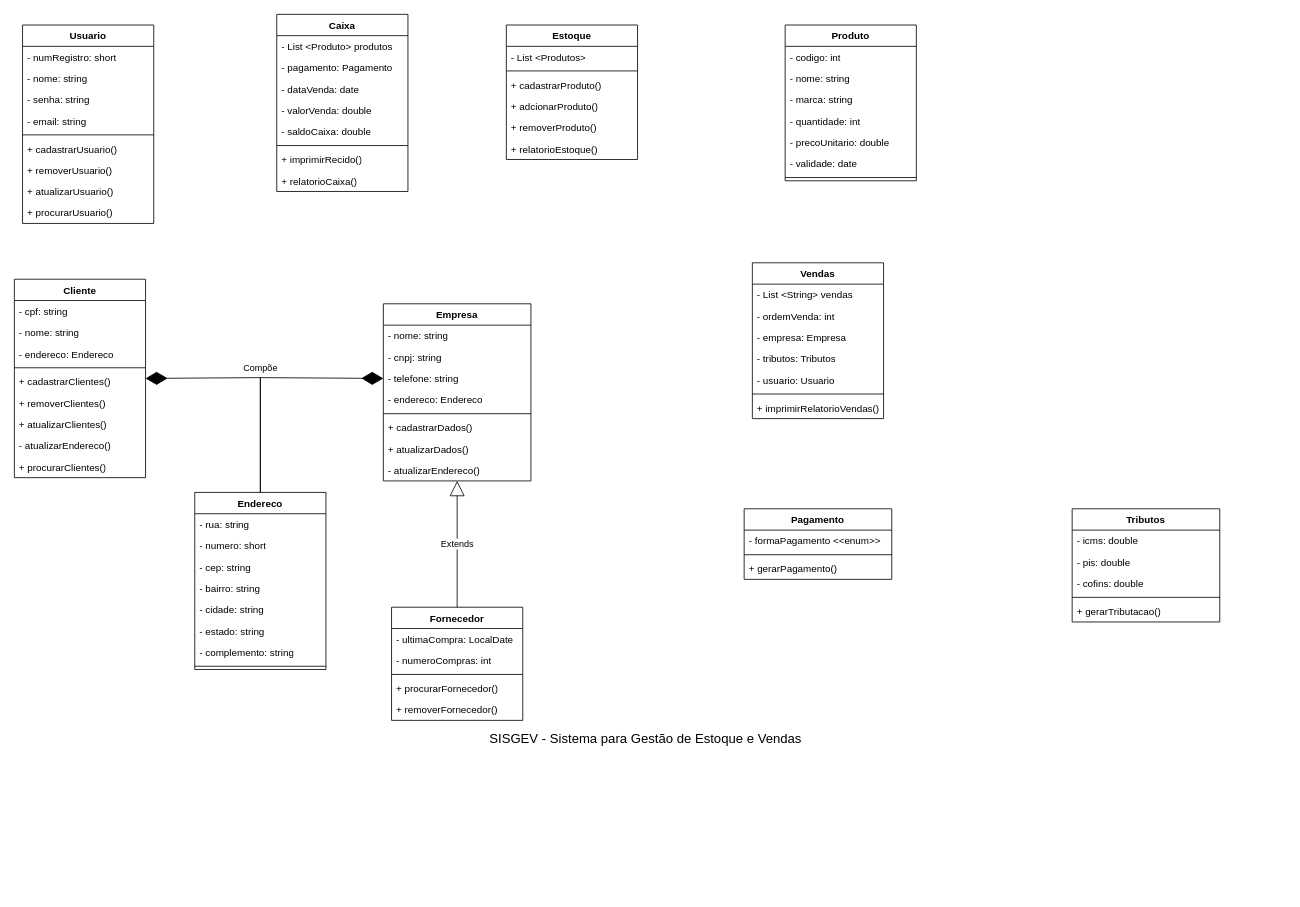
igormanoels/SISGEV keeps this draw.io diagram as Diagrama/1.0.0/Diagrama de Classes - SISGEV.drawio. Above is the earlier version. Source tidied: cells renumbered, new cells numbered last; positions are measured from the earlier drawing's top-left corner, leaving out a move shared by most shapes. Both pictures are drawn from the tidied source at 82%, with x=0, y=0 at pixel (14, 14).
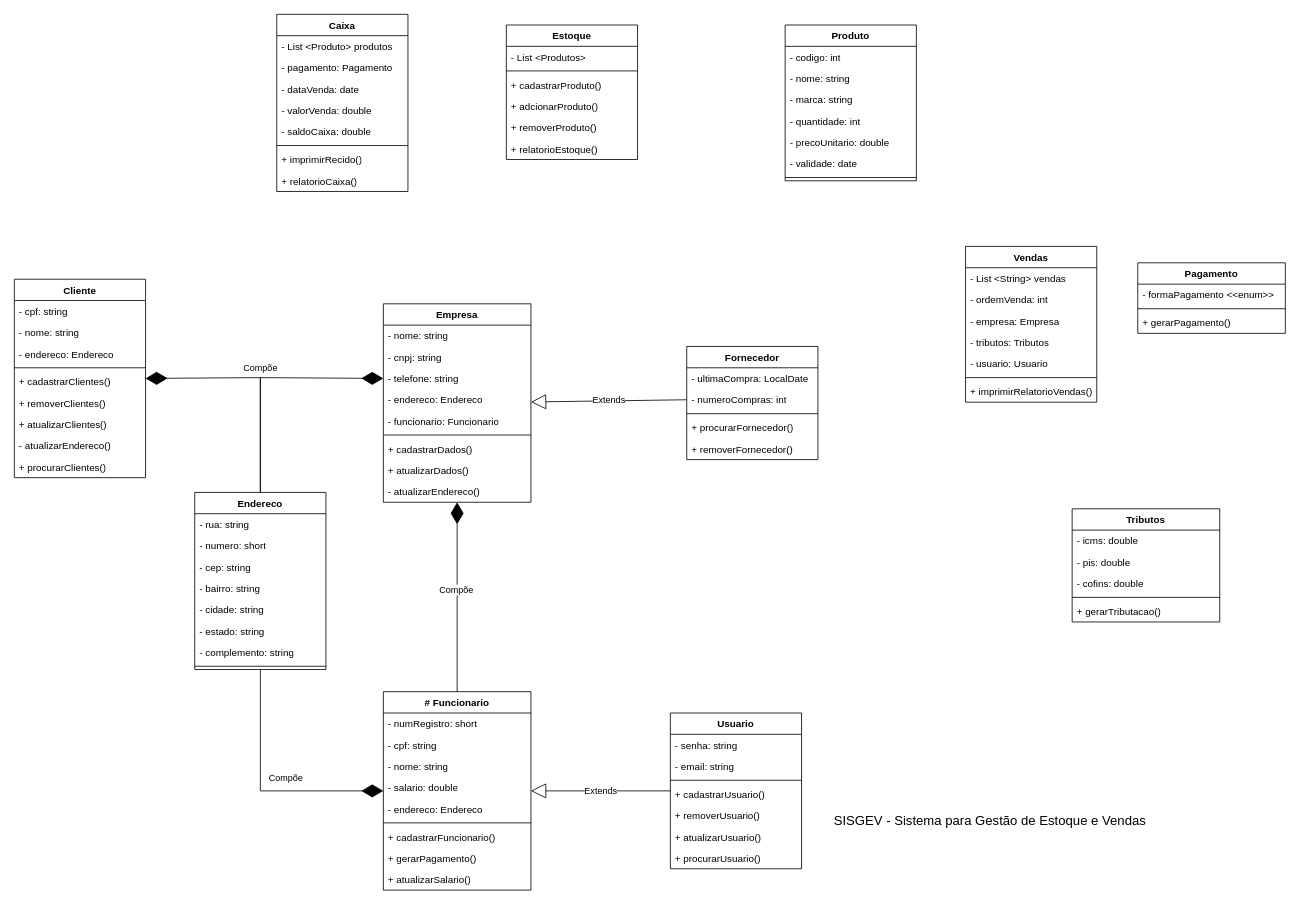
Above is the later version.

Commit message (it also covers changes not shown here):
Continuação do desenvolvimento das classes Cliente, Empresa e Fornecedor, com modificação no diagrama.

Unchanged cells that the change refers to:
```xml
<mxCell id="54" value="Endereco" style="swimlane;fontStyle=1;align=center;verticalAlign=top;horizontal=1;startSize=26;whiteSpace=wrap;html=1;" parent="1" vertex="1">
  <mxGeometry x="220" y="583" width="160" height="216" as="geometry" />
</mxCell>
<mxCell id="69" value="- numeroCompras: int" style="text;strokeColor=none;fillColor=none;align=left;verticalAlign=top;spacingLeft=4;spacingRight=4;overflow=hidden;points=[[0,0.5],[1,0.5]];portConstraint=eastwest;whiteSpace=wrap;html=1;" parent="67" vertex="1">
  <mxGeometry y="52" width="160" height="26" as="geometry" />
</mxCell>
```

What changed in the source:
```diff
@@
     <mxCell id="17" value="Vendas" style="swimlane;fontStyle=1;align=center;verticalAlign=top;horizontal=1;startSize=26;whiteSpace=wrap;html=1;" parent="1" vertex="1">
-      <mxGeometry x="900" y="303" width="160" height="190" as="geometry" />
+      <mxGeometry x="1160" y="283" width="160" height="190" as="geometry" />
     </mxCell>
@@
     <mxCell id="25" value="Usuario" style="swimlane;fontStyle=1;align=center;verticalAlign=top;horizontal=1;startSize=26;whiteSpace=wrap;html=1;" parent="1" vertex="1">
-      <mxGeometry x="10" y="13" width="160" height="242" as="geometry" />
+      <mxGeometry x="800" y="852" width="160" height="190" as="geometry" />
     </mxCell>
-    <mxCell id="26" value="- numRegistro: short" style="text;strokeColor=none;fillColor=none;align=left;verticalAlign=top;spacingLeft=4;spacingRight=4;overflow=hidden;whiteSpace=wrap;html=1;" parent="25" vertex="1">
-      <mxGeometry y="26" width="160" height="26" as="geometry" />
-    </mxCell>
-    <mxCell id="27" value="- nome: string" style="text;strokeColor=none;fillColor=none;align=left;verticalAlign=top;spacingLeft=4;spacingRight=4;overflow=hidden;whiteSpace=wrap;html=1;" parent="25" vertex="1">
-      <mxGeometry y="52" width="160" height="26" as="geometry" />
-    </mxCell>
     <mxCell id="28" value="- senha: string" style="text;strokeColor=none;fillColor=none;align=left;verticalAlign=top;spacingLeft=4;spacingRight=4;overflow=hidden;whiteSpace=wrap;html=1;" parent="25" vertex="1">
-      <mxGeometry y="78" width="160" height="26" as="geometry" />
+      <mxGeometry y="26" width="160" height="26" as="geometry" />
     </mxCell>
     <mxCell id="29" value="- email: string" style="text;strokeColor=none;fillColor=none;align=left;verticalAlign=top;spacingLeft=4;spacingRight=4;overflow=hidden;whiteSpace=wrap;html=1;" parent="25" vertex="1">
-      <mxGeometry y="104" width="160" height="26" as="geometry" />
+      <mxGeometry y="52" width="160" height="26" as="geometry" />
     </mxCell>
     <mxCell id="30" style="line;strokeWidth=1;fillColor=none;align=left;verticalAlign=middle;spacingTop=-1;spacingLeft=3;spacingRight=3;labelPosition=right;strokeColor=inherit;" parent="25" vertex="1">
-      <mxGeometry y="130" width="160" height="8" as="geometry" />
+      <mxGeometry y="78" width="160" height="8" as="geometry" />
     </mxCell>
     <mxCell id="31" value="+ cadastrarUsuario()" style="text;strokeColor=none;fillColor=none;align=left;verticalAlign=top;spacingLeft=4;spacingRight=4;overflow=hidden;whiteSpace=wrap;html=1;" parent="25" vertex="1">
-      <mxGeometry y="138" width="160" height="26" as="geometry" />
+      <mxGeometry y="86" width="160" height="26" as="geometry" />
     </mxCell>
     <mxCell id="32" value="+ removerUsuario()" style="text;strokeColor=none;fillColor=none;align=left;verticalAlign=top;spacingLeft=4;spacingRight=4;overflow=hidden;whiteSpace=wrap;html=1;" parent="25" vertex="1">
-      <mxGeometry y="164" width="160" height="26" as="geometry" />
+      <mxGeometry y="112" width="160" height="26" as="geometry" />
     </mxCell>
     <mxCell id="33" value="+ atualizarUsuario()" style="text;strokeColor=none;fillColor=none;align=left;verticalAlign=top;spacingLeft=4;spacingRight=4;overflow=hidden;whiteSpace=wrap;html=1;" parent="25" vertex="1">
-      <mxGeometry y="190" width="160" height="26" as="geometry" />
+      <mxGeometry y="138" width="160" height="26" as="geometry" />
     </mxCell>
     <mxCell id="34" value="+ procurarUsuario()" style="text;strokeColor=none;fillColor=none;align=left;verticalAlign=top;spacingLeft=4;spacingRight=4;overflow=hidden;whiteSpace=wrap;html=1;" parent="25" vertex="1">
-      <mxGeometry y="216" width="160" height="26" as="geometry" />
+      <mxGeometry y="164" width="160" height="26" as="geometry" />
     </mxCell>
@@
     <mxCell id="44" value="Empresa" style="swimlane;fontStyle=1;align=center;verticalAlign=top;horizontal=1;startSize=26;whiteSpace=wrap;html=1;" parent="1" vertex="1">
-      <mxGeometry x="450" y="353" width="180" height="216" as="geometry" />
+      <mxGeometry x="450" y="353" width="180" height="242" as="geometry" />
     </mxCell>
@@
+    <mxCell id="94" value="- funcionario: Funcionario" style="text;strokeColor=none;fillColor=none;align=left;verticalAlign=top;spacingLeft=4;spacingRight=4;overflow=hidden;whiteSpace=wrap;html=1;" parent="44" vertex="1">
+      <mxGeometry y="130" width="180" height="26" as="geometry" />
+    </mxCell>
     <mxCell id="49" style="line;strokeWidth=1;fillColor=none;align=left;verticalAlign=middle;spacingTop=-1;spacingLeft=3;spacingRight=3;labelPosition=right;strokeColor=inherit;" parent="44" vertex="1">
-      <mxGeometry y="130" width="180" height="8" as="geometry" />
+      <mxGeometry y="156" width="180" height="8" as="geometry" />
     </mxCell>
     <mxCell id="50" value="+ cadastrarDados()" style="text;strokeColor=none;fillColor=none;align=left;verticalAlign=top;spacingLeft=4;spacingRight=4;overflow=hidden;whiteSpace=wrap;html=1;" parent="44" vertex="1">
-      <mxGeometry y="138" width="180" height="26" as="geometry" />
+      <mxGeometry y="164" width="180" height="26" as="geometry" />
     </mxCell>
     <mxCell id="51" value="+ atualizarDados&lt;span style=&quot;background-color: initial;&quot;&gt;()&lt;/span&gt;" style="text;strokeColor=none;fillColor=none;align=left;verticalAlign=top;spacingLeft=4;spacingRight=4;overflow=hidden;whiteSpace=wrap;html=1;" parent="44" vertex="1">
-      <mxGeometry y="164" width="180" height="26" as="geometry" />
+      <mxGeometry y="190" width="180" height="26" as="geometry" />
     </mxCell>
     <mxCell id="52" value="-&lt;span style=&quot;background-color: initial;&quot;&gt;&amp;nbsp;atualizarEndereco()&lt;/span&gt;" style="text;strokeColor=none;fillColor=none;align=left;verticalAlign=top;spacingLeft=4;spacingRight=4;overflow=hidden;whiteSpace=wrap;html=1;" parent="44" vertex="1">
-      <mxGeometry y="190" width="180" height="26" as="geometry" />
+      <mxGeometry y="216" width="180" height="26" as="geometry" />
     </mxCell>
     <mxCell id="53" value="&lt;div style=&quot;font-size: 16px;&quot;&gt;SISGEV - Sistema para Gestão de Estoque e Vendas&lt;/div&gt;&lt;div style=&quot;font-size: 16px;&quot;&gt;&lt;br style=&quot;font-size: 16px;&quot;&gt;&lt;/div&gt;" style="text;html=1;align=center;verticalAlign=middle;whiteSpace=wrap;rounded=0;fontSize=16;" parent="1" vertex="1">
-      <mxGeometry x="470" y="863" width="600" height="60" as="geometry" />
+      <mxGeometry x="890" y="963" width="600" height="60" as="geometry" />
     </mxCell>
@@
     <mxCell id="63" value="Pagamento" style="swimlane;fontStyle=1;align=center;verticalAlign=top;horizontal=1;startSize=26;whiteSpace=wrap;html=1;" parent="1" vertex="1">
-      <mxGeometry x="890" y="603" width="180" height="86" as="geometry" />
+      <mxGeometry x="1370" y="303" width="180" height="86" as="geometry" />
     </mxCell>
@@
     <mxCell id="67" value="Fornecedor" style="swimlane;fontStyle=1;align=center;verticalAlign=top;horizontal=1;startSize=26;whiteSpace=wrap;html=1;" parent="1" vertex="1">
-      <mxGeometry x="460" y="723" width="160" height="138" as="geometry" />
+      <mxGeometry x="820" y="405" width="160" height="138" as="geometry" />
     </mxCell>
@@
-    <mxCell id="93" value="Extends" style="endArrow=block;endSize=16;endFill=0;html=1;rounded=0;exitX=0.5;exitY=0;exitDx=0;exitDy=0;" parent="1" edge="1" source="67" target="44">
+    <mxCell id="93" value="Extends" style="endArrow=block;endSize=16;endFill=0;html=1;rounded=0;exitX=0;exitY=0.5;exitDx=0;exitDy=0;" parent="1" edge="1" source="69" target="44">
       <mxGeometry relative="1" as="geometry" />
     </mxCell>
+    <mxCell id="95" value="# Funcionario" style="swimlane;fontStyle=1;align=center;verticalAlign=top;horizontal=1;startSize=26;whiteSpace=wrap;html=1;" parent="1" vertex="1">
+      <mxGeometry x="450" y="826" width="180" height="242" as="geometry" />
+    </mxCell>
+    <mxCell id="26" value="- numRegistro: short" style="text;strokeColor=none;fillColor=none;align=left;verticalAlign=top;spacingLeft=4;spacingRight=4;overflow=hidden;whiteSpace=wrap;html=1;" parent="95" vertex="1">
+      <mxGeometry y="26" width="180" height="26" as="geometry" />
+    </mxCell>
+    <mxCell id="96" value="- cpf: string" style="text;strokeColor=none;fillColor=none;align=left;verticalAlign=top;spacingLeft=4;spacingRight=4;overflow=hidden;whiteSpace=wrap;html=1;" parent="95" vertex="1">
+      <mxGeometry y="52" width="180" height="26" as="geometry" />
+    </mxCell>
+    <mxCell id="27" value="- nome: string" style="text;strokeColor=none;fillColor=none;align=left;verticalAlign=top;spacingLeft=4;spacingRight=4;overflow=hidden;whiteSpace=wrap;html=1;" parent="95" vertex="1">
+      <mxGeometry y="78" width="180" height="26" as="geometry" />
+    </mxCell>
+    <mxCell id="97" value="- salario: double" style="text;strokeColor=none;fillColor=none;align=left;verticalAlign=top;spacingLeft=4;spacingRight=4;overflow=hidden;whiteSpace=wrap;html=1;" parent="95" vertex="1">
+      <mxGeometry y="104" width="180" height="26" as="geometry" />
+    </mxCell>
+    <mxCell id="98" value="- endereco: Endereco" style="text;strokeColor=none;fillColor=none;align=left;verticalAlign=top;spacingLeft=4;spacingRight=4;overflow=hidden;whiteSpace=wrap;html=1;" parent="95" vertex="1">
+      <mxGeometry y="130" width="180" height="26" as="geometry" />
+    </mxCell>
+    <mxCell id="99" style="line;strokeWidth=1;fillColor=none;align=left;verticalAlign=middle;spacingTop=-1;spacingLeft=3;spacingRight=3;labelPosition=right;strokeColor=inherit;" parent="95" vertex="1">
+      <mxGeometry y="156" width="180" height="8" as="geometry" />
+    </mxCell>
+    <mxCell id="100" value="+ cadastrarFuncionario()" style="text;strokeColor=none;fillColor=none;align=left;verticalAlign=top;spacingLeft=4;spacingRight=4;overflow=hidden;whiteSpace=wrap;html=1;" parent="95" vertex="1">
+      <mxGeometry y="164" width="180" height="26" as="geometry" />
+    </mxCell>
+    <mxCell id="101" value="+ gerarPagamento()" style="text;strokeColor=none;fillColor=none;align=left;verticalAlign=top;spacingLeft=4;spacingRight=4;overflow=hidden;whiteSpace=wrap;html=1;" parent="95" vertex="1">
+      <mxGeometry y="190" width="180" height="26" as="geometry" />
+    </mxCell>
+    <mxCell id="102" value="+ atualizarSalario()" style="text;strokeColor=none;fillColor=none;align=left;verticalAlign=top;spacingLeft=4;spacingRight=4;overflow=hidden;whiteSpace=wrap;html=1;" parent="95" vertex="1">
+      <mxGeometry y="216" width="180" height="26" as="geometry" />
+    </mxCell>
+    <mxCell id="103" value="Extends" style="endArrow=block;endSize=16;endFill=0;html=1;rounded=0;" parent="1" edge="1" source="25" target="95">
+      <mxGeometry relative="1" as="geometry" />
+    </mxCell>
+    <mxCell id="104" style="endArrow=diamondThin;endFill=1;endSize=24;html=1;rounded=0;exitX=0.5;exitY=0;exitDx=0;exitDy=0;" parent="1" edge="1" source="95" target="44">
+      <mxGeometry relative="1" as="geometry" />
+    </mxCell>
+    <mxCell id="105" value="Compõe" style="edgeLabel;html=1;align=center;verticalAlign=middle;" parent="104" vertex="1">
+      <mxGeometry x="-0.02" relative="1" as="geometry">
+        <mxPoint x="-2" y="-12" as="offset" />
+      </mxGeometry>
+    </mxCell>
+    <mxCell id="106" style="endArrow=diamondThin;endFill=1;endSize=24;html=1;rounded=0;" parent="1" edge="1" source="54" target="95">
+      <mxGeometry relative="1" as="geometry">
+        <Array as="points">
+          <mxPoint x="300" y="947" />
+        </Array>
+      </mxGeometry>
+    </mxCell>
+    <mxCell id="107" value="Compõe" style="edgeLabel;html=1;align=center;verticalAlign=middle;" parent="106" vertex="1">
+      <mxGeometry x="-0.02" relative="1" as="geometry">
+        <mxPoint x="30" y="-15" as="offset" />
+      </mxGeometry>
+    </mxCell>
```
